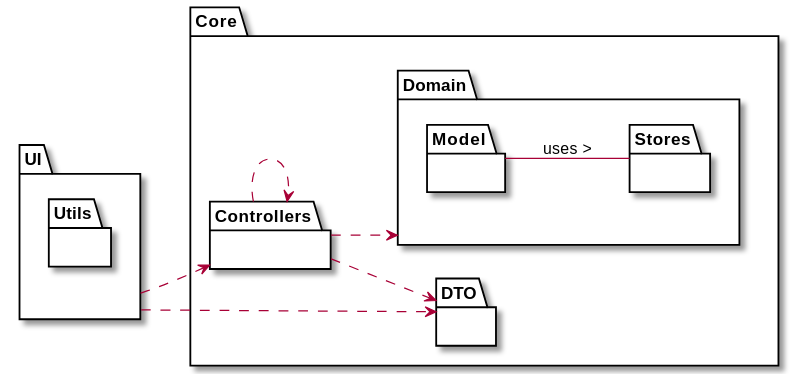
Before: docs/SprintD/US_17/US17_PD_nivel1.svg, a diagram exported from PlantUML (ana-albergaria/LAPR2-ISEP).
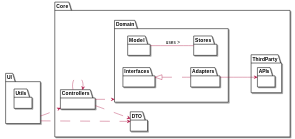
After the change.

Diff of the diagram source:
```diff
@@ -8,14 +8,15 @@
 
 package Domain {
 
-package Model {
+package Model {}
+
+package Stores {}
+
+package Adapters {
 
 }
 
-package Stores {
-
-
-}
+package Interfaces {}
 
 }
 
@@ -26,6 +27,10 @@
 package Controllers {
 
 
+}
+
+package ThirdParty {
+package APIs {}
 }
 
 }
@@ -44,6 +49,7 @@
 UI ..> Controllers
 UI ..> DTO
 Model -- Stores : uses >
-
+Interfaces <|.. Adapters
+Adapters --> APIs
 
 @enduml
```
